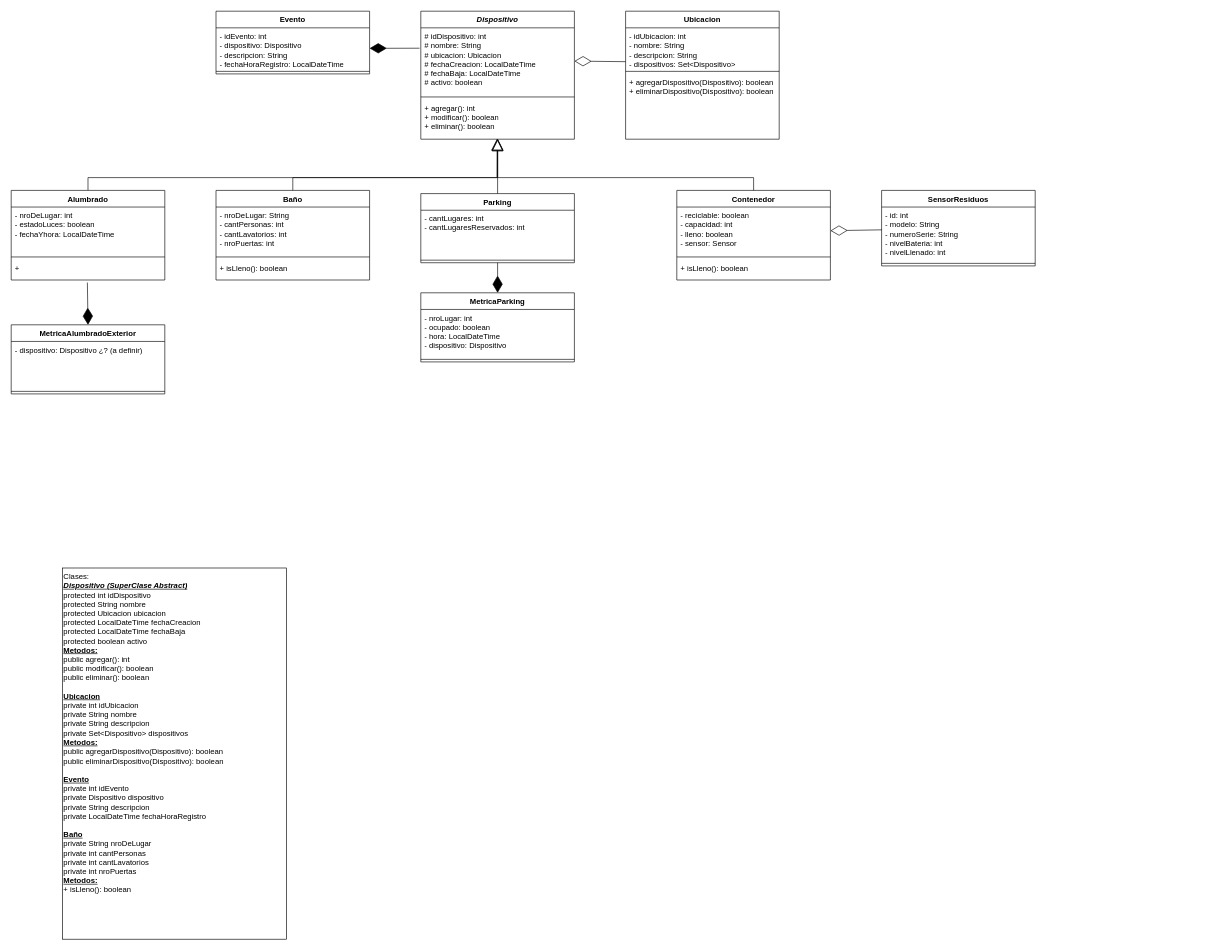
Before: Diagrama de Clases - Grupo 17.drawio in BarbaraNewman/grupo-17-OO2-2023, a draw.io diagram. Source tidied: cells renumbered, new cells numbered last; positions are measured from the earlier drawing's top-left corner, leaving out a move shared by most shapes. Both pictures are drawn from the tidied source at 64%, with x=0, y=0 at pixel (11, 11).
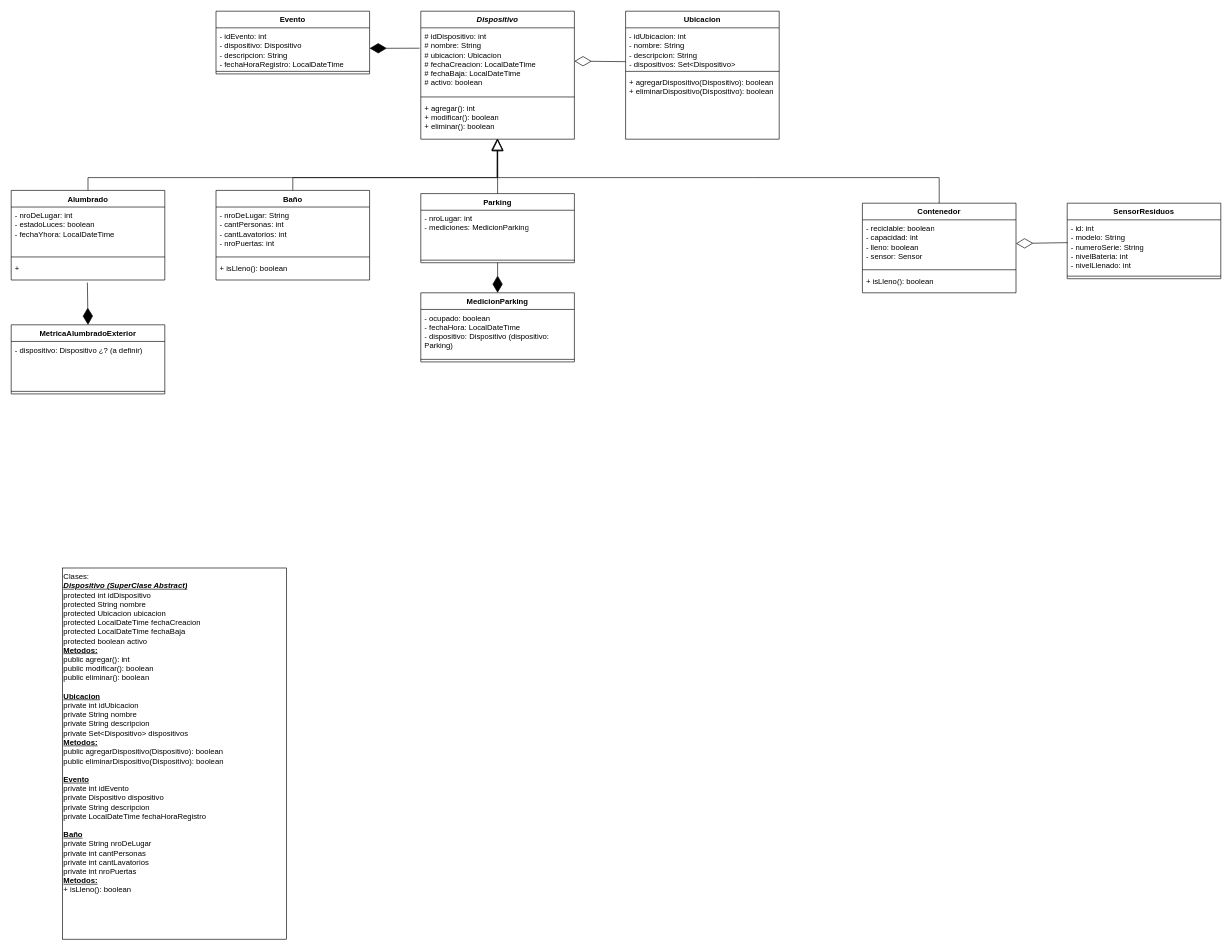
Above is the later version.

Unchanged cells that the change refers to:
```xml
<mxCell id="9" value="+ agregar(): int&lt;br&gt;+ modificar(): boolean&lt;br&gt;+ eliminar(): boolean" style="text;strokeColor=none;fillColor=none;align=left;verticalAlign=top;spacingLeft=4;spacingRight=4;overflow=hidden;points=[[0,0.5],[1,0.5]];portConstraint=eastwest;whiteSpace=wrap;html=1;" parent="6" vertex="1">
  <mxGeometry y="138" width="240" height="62" as="geometry" />
</mxCell>
<mxCell id="33" value="Parking" style="swimlane;fontStyle=1;align=center;verticalAlign=top;horizontal=1;startSize=26;whiteSpace=wrap;html=1;" parent="1" vertex="1">
  <mxGeometry x="640" y="285" width="240" height="108" as="geometry" />
</mxCell>
```

What changed in the source:
```diff
@@
     <mxCell id="10" value="Contenedor" style="swimlane;fontStyle=1;align=center;verticalAlign=top;horizontal=1;startSize=26;whiteSpace=wrap;html=1;" parent="1" vertex="1">
-      <mxGeometry x="1040" y="280" width="240" height="140" as="geometry" />
+      <mxGeometry x="1330" y="300" width="240" height="140" as="geometry" />
     </mxCell>
@@
     <mxCell id="14" style="endArrow=block;endSize=16;endFill=0;html=1;rounded=0;exitX=0.5;exitY=0;exitDx=0;exitDy=0;entryX=0.5;entryY=1;entryDx=0;entryDy=0;entryPerimeter=0;" parent="1" edge="1" source="10" target="9">
       <mxGeometry relative="1" as="geometry">
         <Array as="points">
+          <mxPoint x="1450" y="260" />
           <mxPoint x="1160" y="260" />
           <mxPoint x="760" y="260" />
         </Array>
       </mxGeometry>
     </mxCell>
@@
     <mxCell id="16" value="SensorResiduos" style="swimlane;fontStyle=1;align=center;verticalAlign=top;horizontal=1;startSize=26;whiteSpace=wrap;html=1;" parent="1" vertex="1">
-      <mxGeometry x="1360" y="280" width="240" height="118" as="geometry" />
+      <mxGeometry x="1650" y="300" width="240" height="118" as="geometry" />
     </mxCell>
@@
-    <mxCell id="34" value="- cantLugares: int&lt;br&gt;- cantLugaresReservados: int" style="text;strokeColor=none;fillColor=none;align=left;verticalAlign=top;spacingLeft=4;spacingRight=4;overflow=hidden;whiteSpace=wrap;html=1;" parent="33" vertex="1">
+    <mxCell id="34" value="- nroLugar: int&lt;br&gt;- mediciones: MedicionParking" style="text;strokeColor=none;fillColor=none;align=left;verticalAlign=top;spacingLeft=4;spacingRight=4;overflow=hidden;whiteSpace=wrap;html=1;" parent="33" vertex="1">
       <mxGeometry y="26" width="240" height="74" as="geometry" />
     </mxCell>
@@
-    <mxCell id="37" value="MetricaParking" style="swimlane;fontStyle=1;align=center;verticalAlign=top;horizontal=1;startSize=26;whiteSpace=wrap;html=1;" parent="1" vertex="1">
+    <mxCell id="37" value="MedicionParking" style="swimlane;fontStyle=1;align=center;verticalAlign=top;horizontal=1;startSize=26;whiteSpace=wrap;html=1;" parent="1" vertex="1">
       <mxGeometry x="640" y="440" width="240" height="108" as="geometry" />
     </mxCell>
-    <mxCell id="38" value="- nroLugar: int&lt;br&gt;- ocupado: boolean&lt;br&gt;- hora: LocalDateTime&lt;br&gt;- dispositivo: Dispositivo" style="text;strokeColor=none;fillColor=none;align=left;verticalAlign=top;spacingLeft=4;spacingRight=4;overflow=hidden;whiteSpace=wrap;html=1;" parent="37" vertex="1">
+    <mxCell id="38" value="- ocupado: boolean&lt;br&gt;- fechaHora: LocalDateTime&lt;br&gt;- dispositivo: Dispositivo (dispositivo: Parking)" style="text;strokeColor=none;fillColor=none;align=left;verticalAlign=top;spacingLeft=4;spacingRight=4;overflow=hidden;whiteSpace=wrap;html=1;" parent="37" vertex="1">
       <mxGeometry y="26" width="240" height="74" as="geometry" />
     </mxCell>
```
